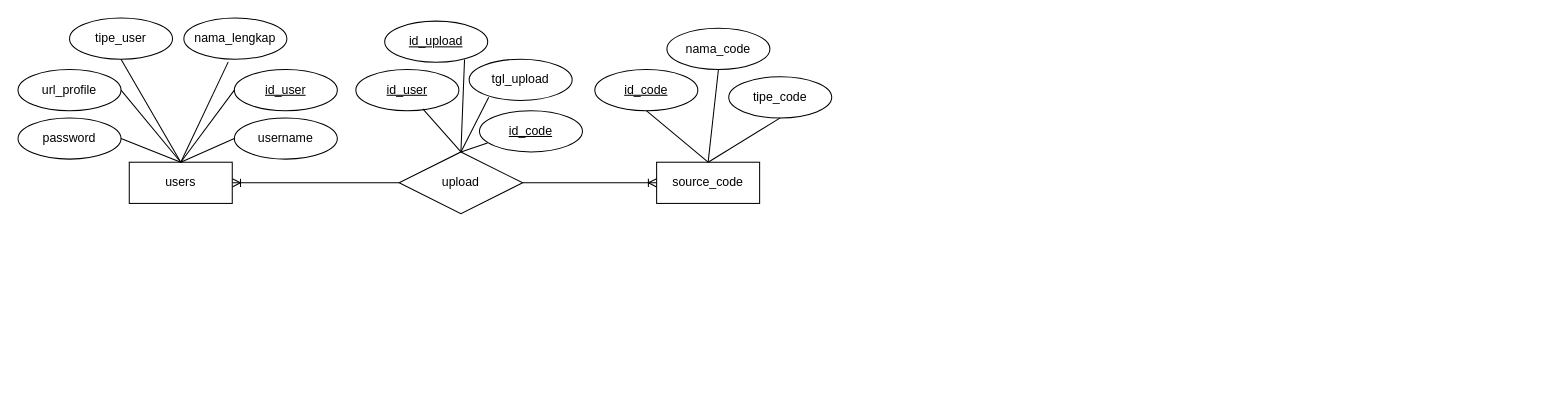
Above: page "ERD" (8 of 8) of KP2.drawio in dapzz-id/DrawIO (draw.io), before the change. Source tidied: cells renumbered, new cells numbered last; positions are measured from the earlier drawing's top-left corner, leaving out a move shared by most shapes. Both pictures are drawn from the tidied source at 103%, with x=0, y=0 at pixel (18, 18).
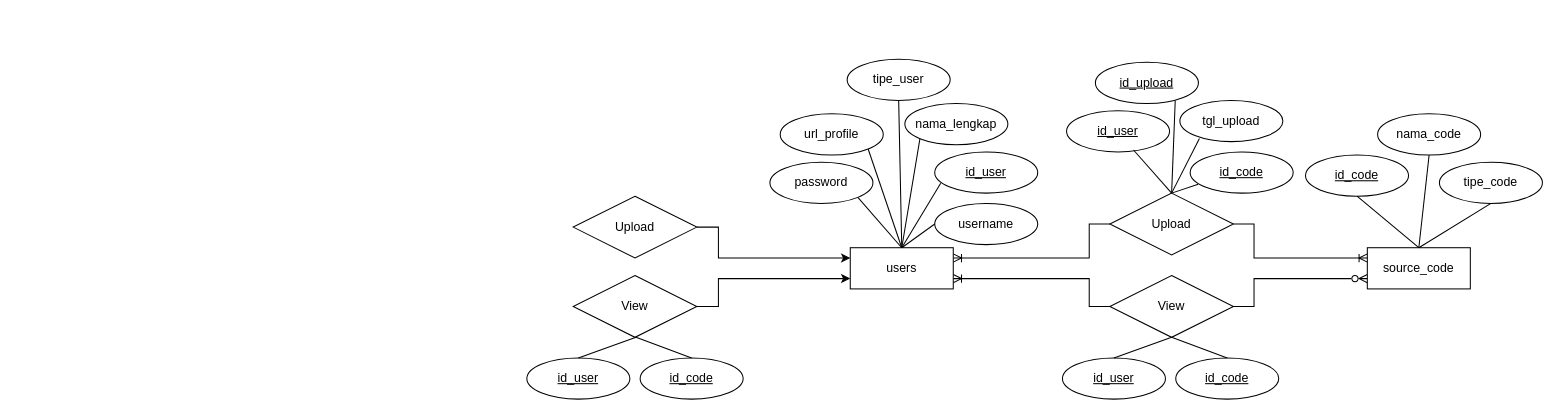
The same page after the edit.

Change to the diagram source:
```diff
@@
-    <mxCell id="2" style="edgeStyle=orthogonalEdgeStyle;rounded=0;jettySize=auto;html=1;exitX=1;exitY=0.5;exitDx=0;exitDy=0;entryX=0;entryY=0.5;entryDx=0;entryDy=0;endArrow=none;endFill=0;startArrow=ERoneToMany;startFill=0;" parent="1" edge="1" source="3" target="18">
-      <mxGeometry relative="1" as="geometry" />
+    <mxCell id="2" style="edgeStyle=orthogonalEdgeStyle;rounded=0;jettySize=auto;html=1;exitX=1;exitY=0.25;exitDx=0;exitDy=0;entryX=0;entryY=0.5;entryDx=0;entryDy=0;endArrow=none;endFill=0;startArrow=ERoneToMany;startFill=0;" parent="1" edge="1" source="3" target="18">
+      <mxGeometry relative="1" as="geometry">
+        <Array as="points">
+          <mxPoint x="1040" y="233" />
+          <mxPoint x="1040" y="200" />
+        </Array>
+      </mxGeometry>
     </mxCell>
+    <mxCell id="33" style="edgeStyle=orthogonalEdgeStyle;rounded=0;jettySize=auto;html=1;exitX=1;exitY=0.75;exitDx=0;exitDy=0;entryX=0;entryY=0.5;entryDx=0;entryDy=0;endArrow=none;endFill=0;startArrow=ERoneToMany;startFill=0;" parent="1" edge="1" source="3" target="35">
+      <mxGeometry relative="1" as="geometry">
+        <Array as="points">
+          <mxPoint x="1040" y="253" />
+          <mxPoint x="1040" y="280" />
+        </Array>
+      </mxGeometry>
+    </mxCell>
     <mxCell id="3" value="users" style="whiteSpace=wrap;html=1;align=center;" parent="1" vertex="1">
-      <mxGeometry x="108" y="140" width="100" height="40" as="geometry" />
+      <mxGeometry x="808" y="223" width="100" height="40" as="geometry" />
     </mxCell>
     <mxCell id="4" value="id_user" style="ellipse;whiteSpace=wrap;html=1;align=center;fontStyle=4;" parent="1" vertex="1">
-      <mxGeometry x="210" y="50" width="100" height="40" as="geometry" />
+      <mxGeometry x="890" y="130" width="100" height="40" as="geometry" />
     </mxCell>
     <mxCell id="5" value="nama_lengkap" style="ellipse;whiteSpace=wrap;html=1;align=center;" parent="1" vertex="1">
-      <mxGeometry x="161" width="100" height="40" as="geometry" />
+      <mxGeometry x="861" y="83" width="100" height="40" as="geometry" />
     </mxCell>
     <mxCell id="6" value="tipe_user" style="ellipse;whiteSpace=wrap;html=1;align=center;" parent="1" vertex="1">
-      <mxGeometry x="50" width="100" height="40" as="geometry" />
+      <mxGeometry x="805" y="40" width="100" height="40" as="geometry" />
     </mxCell>
     <mxCell id="7" value="url_profile" style="ellipse;whiteSpace=wrap;html=1;align=center;" parent="1" vertex="1">
-      <mxGeometry y="50" width="100" height="40" as="geometry" />
+      <mxGeometry x="740" y="93" width="100" height="40" as="geometry" />
     </mxCell>
     <mxCell id="8" value="username" style="ellipse;whiteSpace=wrap;html=1;align=center;" parent="1" vertex="1">
-      <mxGeometry x="210" y="97" width="100" height="40" as="geometry" />
+      <mxGeometry x="890" y="180" width="100" height="40" as="geometry" />
     </mxCell>
     <mxCell id="9" value="password" style="ellipse;whiteSpace=wrap;html=1;align=center;" parent="1" vertex="1">
-      <mxGeometry y="97" width="100" height="40" as="geometry" />
+      <mxGeometry x="730" y="140" width="100" height="40" as="geometry" />
     </mxCell>
@@
-    <mxCell id="11" style="endArrow=none;html=1;rounded=0;exitX=1;exitY=0.5;exitDx=0;exitDy=0;entryX=0.5;entryY=0;entryDx=0;entryDy=0;" parent="1" edge="1" source="9" target="3">
+    <mxCell id="11" style="endArrow=none;html=1;rounded=0;exitX=1;exitY=1;exitDx=0;exitDy=0;entryX=0.5;entryY=0;entryDx=0;entryDy=0;" parent="1" edge="1" source="9" target="3">
       <mxGeometry relative="1" as="geometry" />
     </mxCell>
-    <mxCell id="12" style="endArrow=none;html=1;rounded=0;exitX=1;exitY=0.5;exitDx=0;exitDy=0;entryX=0.5;entryY=0;entryDx=0;entryDy=0;" parent="1" edge="1" source="7" target="3">
+    <mxCell id="12" style="endArrow=none;html=1;rounded=0;exitX=1;exitY=1;exitDx=0;exitDy=0;entryX=0.5;entryY=0;entryDx=0;entryDy=0;" parent="1" edge="1" source="7" target="3">
       <mxGeometry relative="1" as="geometry" />
     </mxCell>
-    <mxCell id="13" style="endArrow=none;html=1;rounded=0;exitX=0;exitY=0.5;exitDx=0;exitDy=0;entryX=0.5;entryY=0;entryDx=0;entryDy=0;" parent="1" edge="1" source="4" target="3">
+    <mxCell id="13" style="endArrow=none;html=1;rounded=0;exitX=0.058;exitY=0.759;exitDx=0;exitDy=0;entryX=0.5;entryY=0;entryDx=0;entryDy=0;exitPerimeter=0;" parent="1" edge="1" source="4" target="3">
       <mxGeometry relative="1" as="geometry" />
     </mxCell>
@@
-    <mxCell id="15" style="endArrow=none;html=1;rounded=0;exitX=0.431;exitY=1.064;exitDx=0;exitDy=0;exitPerimeter=0;entryX=0.5;entryY=0;entryDx=0;entryDy=0;" parent="1" edge="1" source="5" target="3">
+    <mxCell id="15" style="endArrow=none;html=1;rounded=0;entryX=0.5;entryY=0;entryDx=0;entryDy=0;exitX=0;exitY=1;exitDx=0;exitDy=0;" parent="1" edge="1" source="5" target="3">
       <mxGeometry relative="1" as="geometry" />
     </mxCell>
+    <mxCell id="34" style="edgeStyle=orthogonalEdgeStyle;rounded=0;jettySize=auto;html=1;exitX=0;exitY=0.75;exitDx=0;exitDy=0;entryX=1;entryY=0.5;entryDx=0;entryDy=0;endArrow=none;endFill=0;startArrow=ERzeroToMany;startFill=0;" parent="1" edge="1" source="16" target="35">
+      <mxGeometry relative="1" as="geometry">
+        <Array as="points">
+          <mxPoint x="1200" y="253" />
+          <mxPoint x="1200" y="280" />
+        </Array>
+      </mxGeometry>
+    </mxCell>
     <mxCell id="16" value="source_code" style="whiteSpace=wrap;html=1;align=center;" parent="1" vertex="1">
-      <mxGeometry x="620" y="140" width="100" height="40" as="geometry" />
+      <mxGeometry x="1310" y="223" width="100" height="40" as="geometry" />
     </mxCell>
-    <mxCell id="17" style="edgeStyle=orthogonalEdgeStyle;rounded=0;jettySize=auto;html=1;endArrow=ERoneToMany;endFill=0;" parent="1" edge="1" source="18" target="16">
-      <mxGeometry relative="1" as="geometry" />
+    <mxCell id="17" style="edgeStyle=orthogonalEdgeStyle;rounded=0;jettySize=auto;html=1;endArrow=ERoneToMany;endFill=0;entryX=0;entryY=0.25;entryDx=0;entryDy=0;" parent="1" edge="1" source="18" target="16">
+      <mxGeometry relative="1" as="geometry">
+        <Array as="points">
+          <mxPoint x="1200" y="200" />
+          <mxPoint x="1200" y="233" />
+        </Array>
+      </mxGeometry>
     </mxCell>
-    <mxCell id="18" value="upload" style="shape=rhombus;perimeter=rhombusPerimeter;whiteSpace=wrap;html=1;align=center;" parent="1" vertex="1">
-      <mxGeometry x="370" y="130" width="120" height="60" as="geometry" />
+    <mxCell id="18" value="Upload" style="shape=rhombus;perimeter=rhombusPerimeter;whiteSpace=wrap;html=1;align=center;" parent="1" vertex="1">
+      <mxGeometry x="1060" y="170" width="120" height="60" as="geometry" />
     </mxCell>
     <mxCell id="19" value="id_code" style="ellipse;whiteSpace=wrap;html=1;align=center;fontStyle=4;" parent="1" vertex="1">
-      <mxGeometry x="448" y="90" width="100" height="40" as="geometry" />
+      <mxGeometry x="1138" y="130" width="100" height="40" as="geometry" />
     </mxCell>
     <mxCell id="20" value="id_user" style="ellipse;whiteSpace=wrap;html=1;align=center;fontStyle=4;" parent="1" vertex="1">
-      <mxGeometry x="328" y="50" width="100" height="40" as="geometry" />
+      <mxGeometry x="1018" y="90" width="100" height="40" as="geometry" />
     </mxCell>
@@
     <mxCell id="23" value="id_code" style="ellipse;whiteSpace=wrap;html=1;align=center;fontStyle=4;" parent="1" vertex="1">
-      <mxGeometry x="560" y="50" width="100" height="40" as="geometry" />
+      <mxGeometry x="1250" y="133" width="100" height="40" as="geometry" />
     </mxCell>
@@
     <mxCell id="25" value="nama_code" style="ellipse;whiteSpace=wrap;html=1;align=center;" parent="1" vertex="1">
-      <mxGeometry x="630" y="10" width="100" height="40" as="geometry" />
+      <mxGeometry x="1320" y="93" width="100" height="40" as="geometry" />
     </mxCell>
@@
     <mxCell id="27" value="tipe_code" style="ellipse;whiteSpace=wrap;html=1;align=center;" parent="1" vertex="1">
-      <mxGeometry x="690" y="57" width="100" height="40" as="geometry" />
+      <mxGeometry x="1380" y="140" width="100" height="40" as="geometry" />
     </mxCell>
@@
     <mxCell id="29" value="id_upload" style="ellipse;whiteSpace=wrap;html=1;align=center;fontStyle=4;" parent="1" vertex="1">
-      <mxGeometry x="356" y="3" width="100" height="40" as="geometry" />
+      <mxGeometry x="1046" y="43" width="100" height="40" as="geometry" />
     </mxCell>
@@
     <mxCell id="31" value="tgl_upload" style="ellipse;whiteSpace=wrap;html=1;align=center;" parent="1" vertex="1">
-      <mxGeometry x="438" y="40" width="100" height="40" as="geometry" />
+      <mxGeometry x="1128" y="80" width="100" height="40" as="geometry" />
     </mxCell>
@@
+    <mxCell id="35" value="View" style="shape=rhombus;perimeter=rhombusPerimeter;whiteSpace=wrap;html=1;align=center;" parent="1" vertex="1">
+      <mxGeometry x="1060" y="250" width="120" height="60" as="geometry" />
+    </mxCell>
+    <mxCell id="36" value="id_user" style="ellipse;whiteSpace=wrap;html=1;align=center;fontStyle=4;" parent="1" vertex="1">
+      <mxGeometry x="1014" y="330" width="100" height="40" as="geometry" />
+    </mxCell>
+    <mxCell id="37" value="id_code" style="ellipse;whiteSpace=wrap;html=1;align=center;fontStyle=4;" parent="1" vertex="1">
+      <mxGeometry x="1124" y="330" width="100" height="40" as="geometry" />
+    </mxCell>
+    <mxCell id="38" style="endArrow=none;html=1;rounded=0;exitX=0.5;exitY=0;exitDx=0;exitDy=0;entryX=0.5;entryY=1;entryDx=0;entryDy=0;" parent="1" edge="1" source="36" target="35">
+      <mxGeometry relative="1" as="geometry" />
+    </mxCell>
+    <mxCell id="39" style="endArrow=none;html=1;rounded=0;exitX=0.5;exitY=1;exitDx=0;exitDy=0;entryX=0.5;entryY=0;entryDx=0;entryDy=0;" parent="1" edge="1" source="35" target="37">
+      <mxGeometry relative="1" as="geometry" />
+    </mxCell>
+    <mxCell id="40" style="edgeStyle=orthogonalEdgeStyle;rounded=0;jettySize=auto;html=1;exitX=1;exitY=0.5;exitDx=0;exitDy=0;entryX=0;entryY=0.25;entryDx=0;entryDy=0;" parent="1" edge="1" source="41" target="3">
+      <mxGeometry relative="1" as="geometry">
+        <Array as="points">
+          <mxPoint x="680" y="203" />
+          <mxPoint x="680" y="233" />
+        </Array>
+      </mxGeometry>
+    </mxCell>
+    <mxCell id="41" value="Upload" style="shape=rhombus;perimeter=rhombusPerimeter;whiteSpace=wrap;html=1;align=center;" parent="1" vertex="1">
+      <mxGeometry x="539" y="173" width="120" height="60" as="geometry" />
+    </mxCell>
+    <mxCell id="42" style="edgeStyle=orthogonalEdgeStyle;rounded=0;jettySize=auto;html=1;exitX=1;exitY=0.5;exitDx=0;exitDy=0;entryX=0;entryY=0.75;entryDx=0;entryDy=0;" parent="1" edge="1" source="43" target="3">
+      <mxGeometry relative="1" as="geometry">
+        <Array as="points">
+          <mxPoint x="680" y="280" />
+          <mxPoint x="680" y="253" />
+        </Array>
+      </mxGeometry>
+    </mxCell>
+    <mxCell id="43" value="View" style="shape=rhombus;perimeter=rhombusPerimeter;whiteSpace=wrap;html=1;align=center;" parent="1" vertex="1">
+      <mxGeometry x="539" y="250" width="120" height="60" as="geometry" />
+    </mxCell>
+    <mxCell id="44" value="id_user" style="ellipse;whiteSpace=wrap;html=1;align=center;fontStyle=4;" parent="1" vertex="1">
+      <mxGeometry x="494" y="330" width="100" height="40" as="geometry" />
+    </mxCell>
+    <mxCell id="45" value="id_code" style="ellipse;whiteSpace=wrap;html=1;align=center;fontStyle=4;" parent="1" vertex="1">
+      <mxGeometry x="604" y="330" width="100" height="40" as="geometry" />
+    </mxCell>
+    <mxCell id="46" style="endArrow=none;html=1;rounded=0;exitX=0.5;exitY=0;exitDx=0;exitDy=0;entryX=0.5;entryY=1;entryDx=0;entryDy=0;" parent="1" edge="1" source="44">
+      <mxGeometry relative="1" as="geometry">
+        <mxPoint x="600" y="310" as="targetPoint" />
+      </mxGeometry>
+    </mxCell>
+    <mxCell id="47" style="endArrow=none;html=1;rounded=0;exitX=0.5;exitY=1;exitDx=0;exitDy=0;entryX=0.5;entryY=0;entryDx=0;entryDy=0;" parent="1" edge="1" target="45">
+      <mxGeometry relative="1" as="geometry">
+        <mxPoint x="600" y="310" as="sourcePoint" />
+      </mxGeometry>
+    </mxCell>
```
